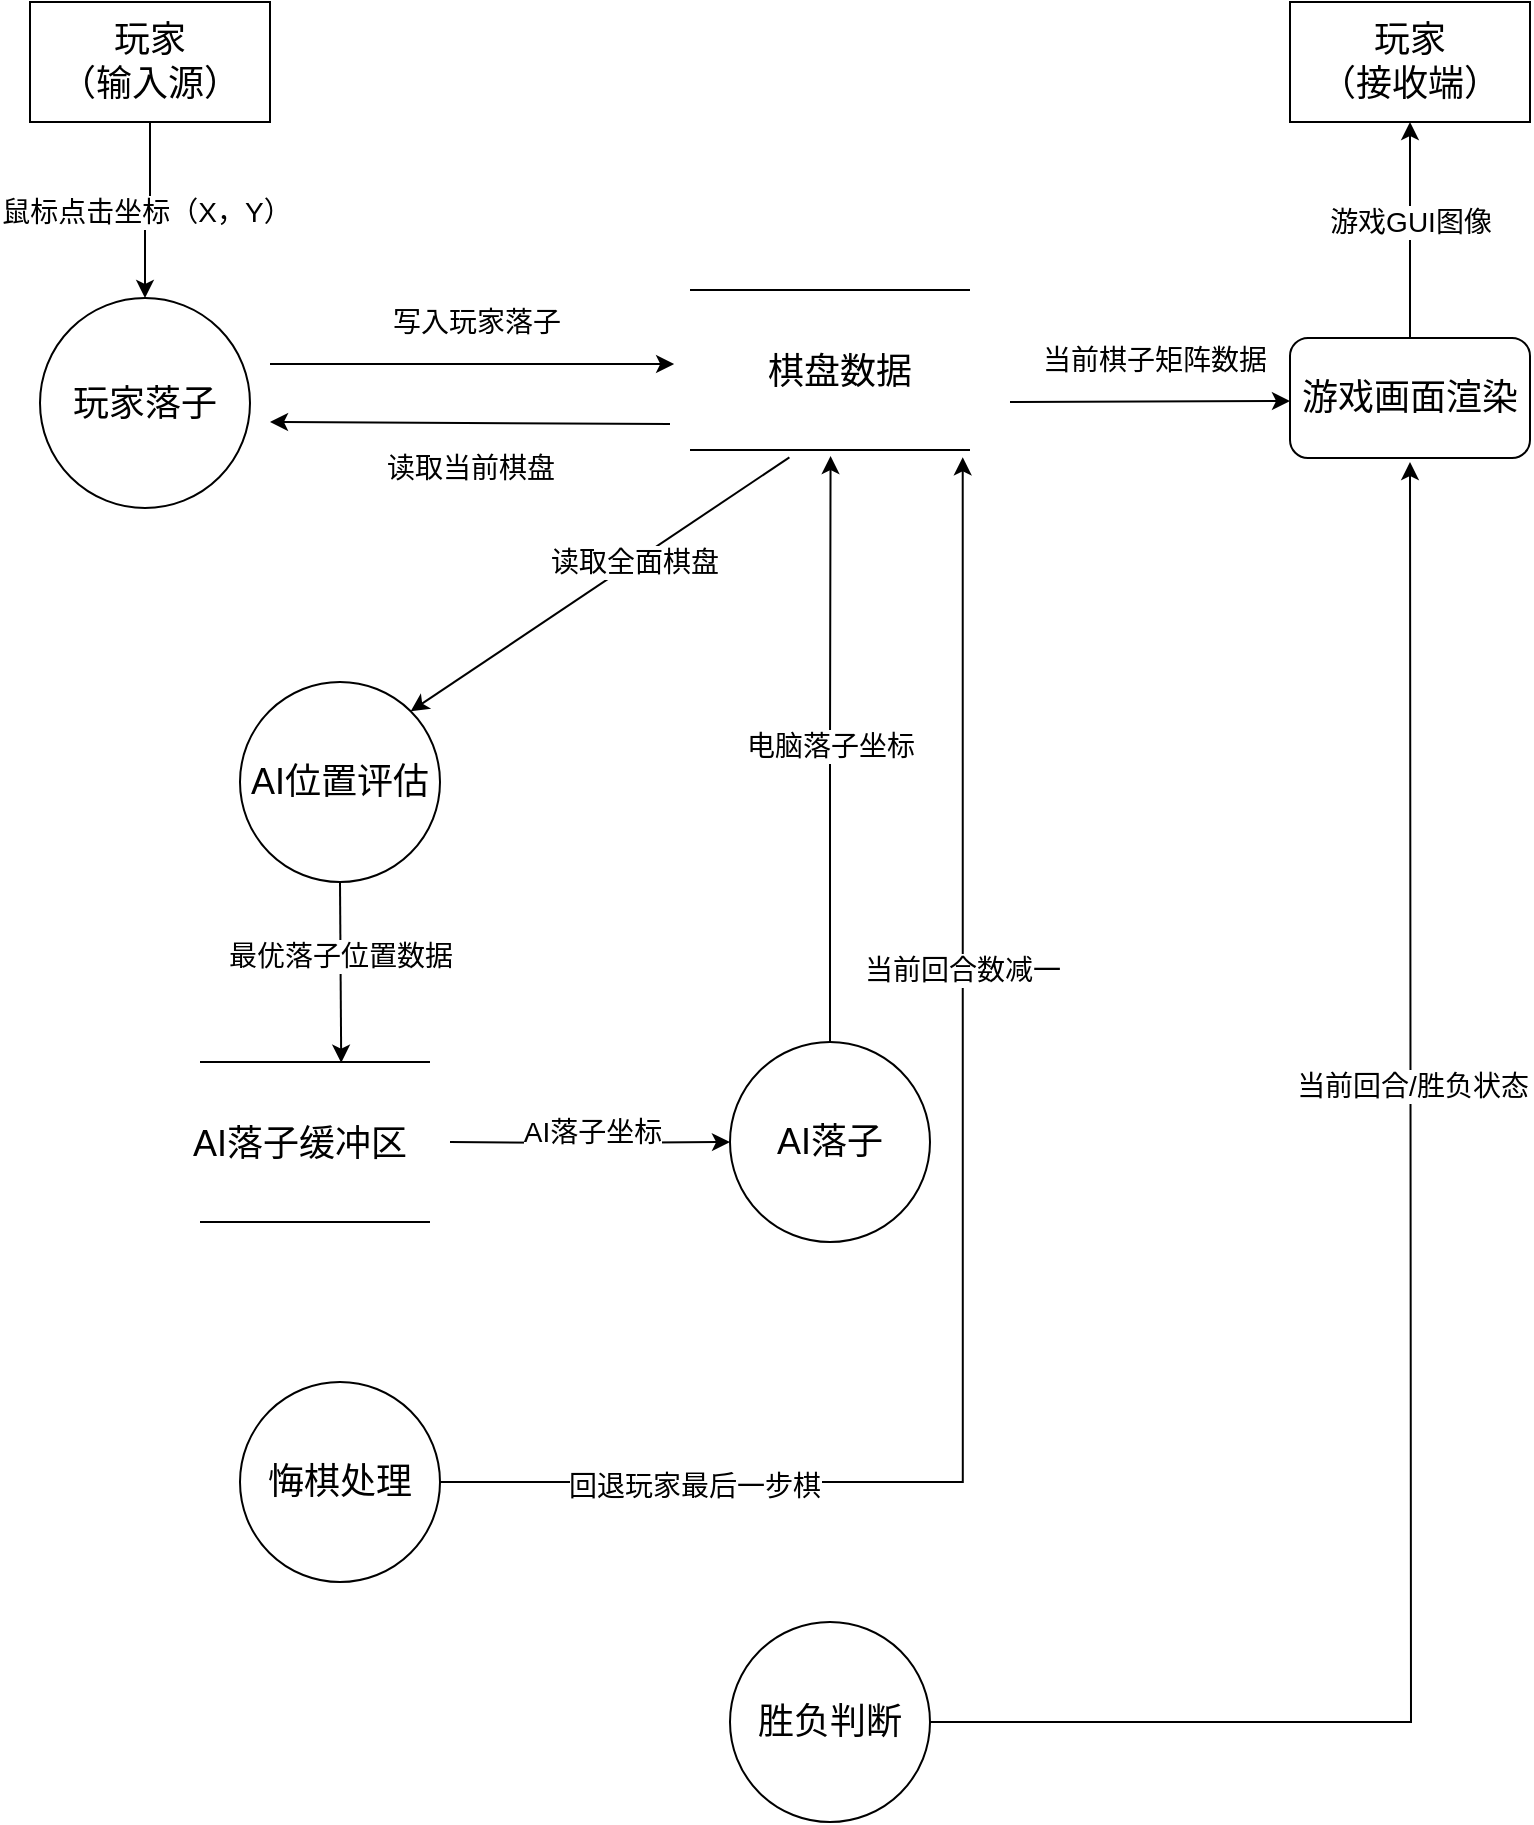
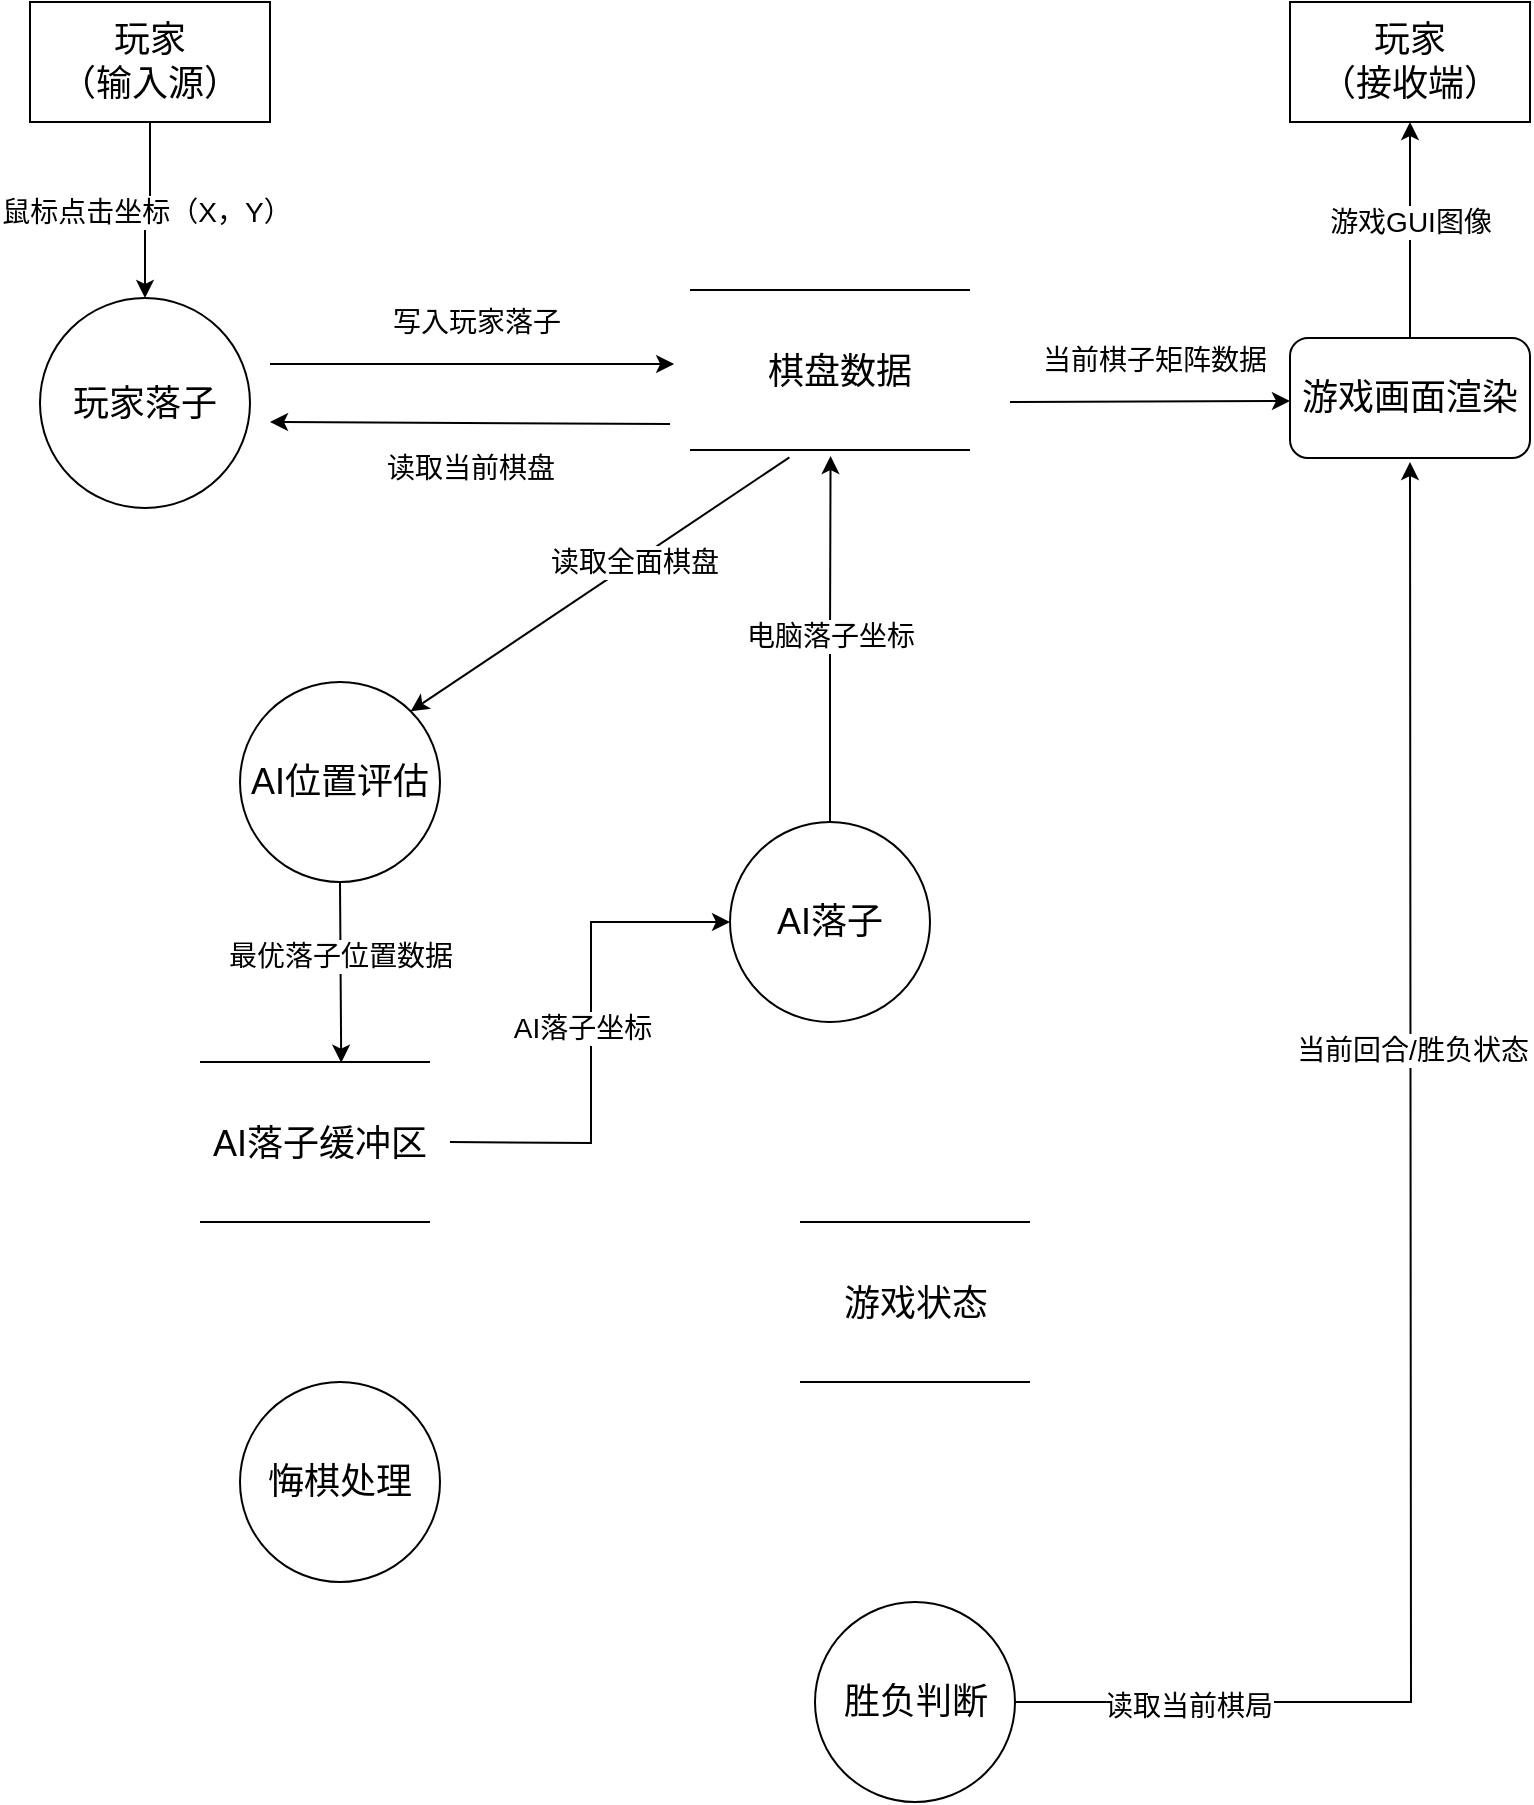
<mxfile host="app.diagrams.net">
  <diagram name="Page-1" id="hryGj0KzSXnJhMcqTr9-">
    <mxGraphModel dx="1201" dy="825" grid="1" gridSize="10" guides="1" tooltips="1" connect="1" arrows="1" fold="1" page="1" pageScale="1" pageWidth="827" pageHeight="1169" math="0" shadow="0">
      <root>
        <mxCell id="0" />
        <mxCell id="1" parent="0" />
        <mxCell id="fDHwApNMCYBN-XmplwMt-11" edge="1" parent="1" source="fDHwApNMCYBN-XmplwMt-3" style="edgeStyle=orthogonalEdgeStyle;rounded=0;orthogonalLoop=1;jettySize=auto;html=1;exitX=0.5;exitY=1;exitDx=0;exitDy=0;entryX=0.5;entryY=0;entryDx=0;entryDy=0;" target="SoA14i47H3jGXmkj97EN-22">
          <mxGeometry relative="1" as="geometry">
            <mxPoint x="90" y="230" as="targetPoint" />
          </mxGeometry>
        </mxCell>
        <mxCell id="fDHwApNMCYBN-XmplwMt-12" connectable="0" parent="fDHwApNMCYBN-XmplwMt-11" style="edgeLabel;html=1;align=center;verticalAlign=middle;resizable=0;points=[];" value="&lt;font style=&quot;font-size: 14px;&quot;&gt;鼠标点击坐标（X，Y）&lt;/font&gt;" vertex="1">
          <mxGeometry relative="1" x="0.0364" as="geometry">
            <mxPoint as="offset" />
          </mxGeometry>
        </mxCell>
        <mxCell id="fDHwApNMCYBN-XmplwMt-3" parent="1" style="rounded=0;whiteSpace=wrap;html=1;" value="&lt;font style=&quot;font-size: 18px;&quot;&gt;玩家&lt;/font&gt;&lt;div&gt;&lt;font style=&quot;font-size: 18px;&quot;&gt;（输入源）&lt;/font&gt;&lt;/div&gt;" vertex="1">
          <mxGeometry height="60" width="120" x="30" y="60" as="geometry" />
        </mxCell>
        <mxCell id="SoA14i47H3jGXmkj97EN-37" edge="1" parent="1" source="fDHwApNMCYBN-XmplwMt-9" style="edgeStyle=orthogonalEdgeStyle;rounded=0;orthogonalLoop=1;jettySize=auto;html=1;exitX=0.5;exitY=0;exitDx=0;exitDy=0;entryX=0.5;entryY=1;entryDx=0;entryDy=0;" target="fDHwApNMCYBN-XmplwMt-10">
          <mxGeometry relative="1" as="geometry" />
        </mxCell>
        <mxCell id="SoA14i47H3jGXmkj97EN-38" connectable="0" parent="SoA14i47H3jGXmkj97EN-37" style="edgeLabel;html=1;align=center;verticalAlign=middle;resizable=0;points=[];" value="&lt;font style=&quot;font-size: 14px;&quot;&gt;游戏GUI图像&lt;/font&gt;" vertex="1">
          <mxGeometry relative="1" x="0.0741" as="geometry">
            <mxPoint as="offset" />
          </mxGeometry>
        </mxCell>
        <mxCell id="fDHwApNMCYBN-XmplwMt-9" parent="1" style="rounded=1;whiteSpace=wrap;html=1;" value="&lt;font style=&quot;font-size: 18px;&quot;&gt;游戏画面渲染&lt;/font&gt;" vertex="1">
          <mxGeometry height="60" width="120" x="660" y="228" as="geometry" />
        </mxCell>
        <mxCell id="fDHwApNMCYBN-XmplwMt-10" parent="1" style="rounded=0;whiteSpace=wrap;html=1;" value="&lt;span style=&quot;font-size: 18px;&quot;&gt;玩家&lt;/span&gt;&lt;div&gt;&lt;span style=&quot;font-size: 18px;&quot;&gt;（接收端）&lt;/span&gt;&lt;/div&gt;" vertex="1">
          <mxGeometry height="60" width="120" x="660" y="60" as="geometry" />
        </mxCell>
        <mxCell id="SoA14i47H3jGXmkj97EN-10" edge="1" parent="1" style="endArrow=classic;html=1;rounded=0;entryX=0.013;entryY=0.14;entryDx=0;entryDy=0;entryPerimeter=0;" value="">
          <mxGeometry height="50" relative="1" width="50" as="geometry">
            <mxPoint x="150" y="241" as="sourcePoint" />
            <mxPoint x="352.067" y="241" as="targetPoint" />
          </mxGeometry>
        </mxCell>
        <mxCell id="SoA14i47H3jGXmkj97EN-11" connectable="0" parent="SoA14i47H3jGXmkj97EN-10" style="edgeLabel;html=1;align=center;verticalAlign=middle;resizable=0;points=[];" value="&lt;font style=&quot;font-size: 14px;&quot;&gt;写入玩家落子&lt;/font&gt;" vertex="1">
          <mxGeometry relative="1" x="0.0202" y="1" as="geometry">
            <mxPoint y="-20" as="offset" />
          </mxGeometry>
        </mxCell>
        <mxCell id="SoA14i47H3jGXmkj97EN-12" edge="1" parent="1" style="endArrow=classic;html=1;rounded=0;exitX=0.925;exitY=0;exitDx=0;exitDy=0;exitPerimeter=0;" value="">
          <mxGeometry height="50" relative="1" width="50" as="geometry">
            <mxPoint x="350" y="271" as="sourcePoint" />
            <mxPoint x="150" y="270" as="targetPoint" />
          </mxGeometry>
        </mxCell>
        <mxCell id="SoA14i47H3jGXmkj97EN-13" connectable="0" parent="SoA14i47H3jGXmkj97EN-12" style="edgeLabel;html=1;align=center;verticalAlign=middle;resizable=0;points=[];" value="&lt;font style=&quot;font-size: 14px;&quot;&gt;读取当前棋盘&lt;/font&gt;&lt;div&gt;&lt;font style=&quot;font-size: 14px;&quot;&gt;&lt;br&gt;&lt;/font&gt;&lt;/div&gt;" vertex="1">
          <mxGeometry relative="1" x="0.0202" y="1" as="geometry">
            <mxPoint x="2" y="29" as="offset" />
          </mxGeometry>
        </mxCell>
        <mxCell id="SoA14i47H3jGXmkj97EN-14" edge="1" parent="1" source="SoA14i47H3jGXmkj97EN-28" style="endArrow=classic;html=1;rounded=0;entryX=1;entryY=0;entryDx=0;entryDy=0;exitX=0.355;exitY=0.958;exitDx=0;exitDy=0;exitPerimeter=0;" target="SoA14i47H3jGXmkj97EN-23" value="">
          <mxGeometry height="50" relative="1" width="50" as="geometry">
            <mxPoint x="347.933" y="312" as="sourcePoint" />
            <mxPoint x="90" y="390" as="targetPoint" />
          </mxGeometry>
        </mxCell>
        <mxCell id="SoA14i47H3jGXmkj97EN-15" connectable="0" parent="SoA14i47H3jGXmkj97EN-14" style="edgeLabel;html=1;align=center;verticalAlign=middle;resizable=0;points=[];" value="&lt;font style=&quot;font-size: 14px;&quot;&gt;读取全面棋盘&lt;/font&gt;" vertex="1">
          <mxGeometry relative="1" x="-0.1782" as="geometry">
            <mxPoint as="offset" />
          </mxGeometry>
        </mxCell>
        <mxCell id="SoA14i47H3jGXmkj97EN-16" edge="1" parent="1" style="endArrow=classic;html=1;rounded=0;entryX=0.013;entryY=0.14;entryDx=0;entryDy=0;entryPerimeter=0;" value="">
          <mxGeometry height="50" relative="1" width="50" as="geometry">
            <mxPoint x="520" y="260" as="sourcePoint" />
            <mxPoint x="659.9970000000001" y="259.5" as="targetPoint" />
          </mxGeometry>
        </mxCell>
        <mxCell id="SoA14i47H3jGXmkj97EN-17" connectable="0" parent="SoA14i47H3jGXmkj97EN-16" style="edgeLabel;html=1;align=center;verticalAlign=middle;resizable=0;points=[];" value="&lt;span style=&quot;font-size: 14px;&quot;&gt;当前棋子矩阵数据&lt;/span&gt;" vertex="1">
          <mxGeometry relative="1" x="0.0202" y="1" as="geometry">
            <mxPoint y="-20" as="offset" />
          </mxGeometry>
        </mxCell>
        <mxCell id="SoA14i47H3jGXmkj97EN-22" parent="1" style="ellipse;whiteSpace=wrap;html=1;aspect=fixed;" value="&lt;font style=&quot;font-size: 18px;&quot;&gt;玩家落子&lt;/font&gt;" vertex="1">
          <mxGeometry height="105" width="105" x="35" y="208" as="geometry" />
        </mxCell>
        <mxCell id="SoA14i47H3jGXmkj97EN-23" parent="1" style="ellipse;whiteSpace=wrap;html=1;aspect=fixed;" value="&lt;font style=&quot;font-size: 18px;&quot;&gt;AI位置评估&lt;/font&gt;" vertex="1">
          <mxGeometry height="100" width="100" x="135" y="400" as="geometry" />
        </mxCell>
        <mxCell id="SoA14i47H3jGXmkj97EN-24" parent="1" style="ellipse;whiteSpace=wrap;html=1;aspect=fixed;" value="&lt;font style=&quot;font-size: 18px;&quot;&gt;AI落子&lt;/font&gt;" vertex="1">
-           <mxGeometry height="100" width="100" x="380" y="580" as="geometry" />
+           <mxGeometry height="100" width="100" x="380" y="470" as="geometry" />
        </mxCell>
        <mxCell id="SoA14i47H3jGXmkj97EN-39" edge="1" parent="1" source="SoA14i47H3jGXmkj97EN-25" style="edgeStyle=orthogonalEdgeStyle;rounded=0;orthogonalLoop=1;jettySize=auto;html=1;exitX=1;exitY=0.5;exitDx=0;exitDy=0;">
          <mxGeometry relative="1" as="geometry">
            <mxPoint x="720" y="290" as="targetPoint" />
          </mxGeometry>
        </mxCell>
        <mxCell id="SoA14i47H3jGXmkj97EN-40" connectable="0" parent="SoA14i47H3jGXmkj97EN-39" style="edgeLabel;html=1;align=center;verticalAlign=middle;resizable=0;points=[];" value="&lt;font style=&quot;font-size: 14px;&quot;&gt;当前回合/胜负状态&lt;/font&gt;" vertex="1">
          <mxGeometry relative="1" x="0.2828" y="-1" as="geometry">
            <mxPoint as="offset" />
          </mxGeometry>
        </mxCell>
+         <mxCell id="SoA14i47H3jGXmkj97EN-52" connectable="0" parent="SoA14i47H3jGXmkj97EN-39" style="edgeLabel;html=1;align=center;verticalAlign=middle;resizable=0;points=[];" value="&lt;font style=&quot;font-size: 14px;&quot;&gt;读取当前棋局&lt;/font&gt;" vertex="1">
+           <mxGeometry relative="1" x="-0.7892" y="-2" as="geometry">
+             <mxPoint as="offset" />
+           </mxGeometry>
+         </mxCell>
        <mxCell id="SoA14i47H3jGXmkj97EN-25" parent="1" style="ellipse;whiteSpace=wrap;html=1;aspect=fixed;" value="&lt;font style=&quot;font-size: 18px;&quot;&gt;胜负判断&lt;/font&gt;" vertex="1">
-           <mxGeometry height="100" width="100" x="380" y="870" as="geometry" />
+           <mxGeometry height="100" width="100" x="422.5" y="860" as="geometry" />
        </mxCell>
        <mxCell id="SoA14i47H3jGXmkj97EN-27" parent="1" style="line;strokeWidth=1;fillColor=none;align=left;verticalAlign=middle;spacingTop=-1;spacingLeft=3;spacingRight=3;rotatable=0;labelPosition=right;points=[];portConstraint=eastwest;strokeColor=inherit;" value="" vertex="1">
          <mxGeometry height="8" width="140" x="360" y="200" as="geometry" />
        </mxCell>
        <mxCell id="SoA14i47H3jGXmkj97EN-28" parent="1" style="line;strokeWidth=1;fillColor=none;align=left;verticalAlign=middle;spacingTop=-1;spacingLeft=3;spacingRight=3;rotatable=0;labelPosition=right;points=[];portConstraint=eastwest;strokeColor=inherit;" value="" vertex="1">
          <mxGeometry height="8" width="140" x="360" y="280" as="geometry" />
        </mxCell>
        <mxCell id="SoA14i47H3jGXmkj97EN-29" parent="1" style="text;html=1;whiteSpace=wrap;strokeColor=none;fillColor=none;align=center;verticalAlign=middle;rounded=0;" value="&lt;font style=&quot;font-size: 18px;&quot;&gt;棋盘数据&lt;/font&gt;" vertex="1">
          <mxGeometry height="30" width="110" x="380" y="230" as="geometry" />
        </mxCell>
        <mxCell id="SoA14i47H3jGXmkj97EN-33" edge="1" parent="1" style="edgeStyle=orthogonalEdgeStyle;rounded=0;orthogonalLoop=1;jettySize=auto;html=1;entryX=0;entryY=0.5;entryDx=0;entryDy=0;" target="SoA14i47H3jGXmkj97EN-24">
          <mxGeometry relative="1" as="geometry">
            <mxPoint x="240" y="630" as="sourcePoint" />
          </mxGeometry>
        </mxCell>
        <mxCell id="SoA14i47H3jGXmkj97EN-34" connectable="0" parent="SoA14i47H3jGXmkj97EN-33" style="edgeLabel;html=1;align=center;verticalAlign=middle;resizable=0;points=[];" value="&lt;font style=&quot;font-size: 14px;&quot;&gt;AI落子坐标&lt;/font&gt;" vertex="1">
          <mxGeometry relative="1" x="0.0204" y="5" as="geometry">
            <mxPoint as="offset" />
          </mxGeometry>
        </mxCell>
        <mxCell id="SoA14i47H3jGXmkj97EN-31" edge="1" parent="1" source="SoA14i47H3jGXmkj97EN-23" style="endArrow=classic;html=1;rounded=0;entryX=0.614;entryY=0.542;entryDx=0;entryDy=0;exitX=0.5;exitY=1;exitDx=0;exitDy=0;entryPerimeter=0;" target="SoA14i47H3jGXmkj97EN-42" value="">
          <mxGeometry height="50" relative="1" width="50" as="geometry">
            <mxPoint x="447.933" y="340" as="sourcePoint" />
            <mxPoint x="85" y="580" as="targetPoint" />
          </mxGeometry>
        </mxCell>
        <mxCell id="SoA14i47H3jGXmkj97EN-32" connectable="0" parent="SoA14i47H3jGXmkj97EN-31" style="edgeLabel;html=1;align=center;verticalAlign=middle;resizable=0;points=[];" value="&lt;span style=&quot;font-size: 14px;&quot;&gt;最优落子位置数据&lt;/span&gt;" vertex="1">
          <mxGeometry relative="1" x="-0.1782" as="geometry">
            <mxPoint as="offset" />
          </mxGeometry>
        </mxCell>
        <mxCell id="SoA14i47H3jGXmkj97EN-35" edge="1" parent="1" source="SoA14i47H3jGXmkj97EN-24" style="edgeStyle=orthogonalEdgeStyle;rounded=0;orthogonalLoop=1;jettySize=auto;html=1;exitX=0.5;exitY=0;exitDx=0;exitDy=0;entryX=0.502;entryY=0.875;entryDx=0;entryDy=0;entryPerimeter=0;" target="SoA14i47H3jGXmkj97EN-28">
          <mxGeometry relative="1" as="geometry" />
        </mxCell>
        <mxCell id="SoA14i47H3jGXmkj97EN-36" connectable="0" parent="SoA14i47H3jGXmkj97EN-35" style="edgeLabel;html=1;align=center;verticalAlign=middle;resizable=0;points=[];" value="&lt;span style=&quot;font-size: 14px;&quot;&gt;电脑落子坐标&lt;/span&gt;" vertex="1">
          <mxGeometry relative="1" x="-0.0044" y="1" as="geometry">
            <mxPoint y="-1" as="offset" />
          </mxGeometry>
        </mxCell>
        <mxCell id="SoA14i47H3jGXmkj97EN-41" parent="1" style="ellipse;whiteSpace=wrap;html=1;aspect=fixed;" value="&lt;font style=&quot;font-size: 18px;&quot;&gt;悔棋处理&lt;/font&gt;" vertex="1">
          <mxGeometry height="100" width="100" x="135" y="750" as="geometry" />
        </mxCell>
        <mxCell id="SoA14i47H3jGXmkj97EN-42" parent="1" style="line;strokeWidth=1;fillColor=none;align=left;verticalAlign=middle;spacingTop=-1;spacingLeft=3;spacingRight=3;rotatable=0;labelPosition=right;points=[];portConstraint=eastwest;strokeColor=inherit;" value="" vertex="1">
          <mxGeometry height="8" width="115" x="115" y="586" as="geometry" />
        </mxCell>
        <mxCell id="SoA14i47H3jGXmkj97EN-43" parent="1" style="line;strokeWidth=1;fillColor=none;align=left;verticalAlign=middle;spacingTop=-1;spacingLeft=3;spacingRight=3;rotatable=0;labelPosition=right;points=[];portConstraint=eastwest;strokeColor=inherit;" value="" vertex="1">
          <mxGeometry height="8" width="115" x="115" y="666" as="geometry" />
        </mxCell>
        <mxCell id="SoA14i47H3jGXmkj97EN-44" parent="1" style="text;html=1;whiteSpace=wrap;strokeColor=none;fillColor=none;align=center;verticalAlign=middle;rounded=0;" value="&lt;span style=&quot;font-size: 18px;&quot;&gt;AI落子缓冲区&lt;/span&gt;" vertex="1">
-           <mxGeometry height="30" width="110" x="110" y="616" as="geometry" />
+           <mxGeometry height="30" width="110" x="120" y="616" as="geometry" />
        </mxCell>
-         <mxCell id="SoA14i47H3jGXmkj97EN-45" edge="1" parent="1" source="SoA14i47H3jGXmkj97EN-41" style="edgeStyle=orthogonalEdgeStyle;rounded=0;orthogonalLoop=1;jettySize=auto;html=1;exitX=1;exitY=0.5;exitDx=0;exitDy=0;entryX=0.974;entryY=0.958;entryDx=0;entryDy=0;entryPerimeter=0;" target="SoA14i47H3jGXmkj97EN-28">
-           <mxGeometry relative="1" as="geometry" />
+         <mxCell id="SoA14i47H3jGXmkj97EN-49" parent="1" style="line;strokeWidth=1;fillColor=none;align=left;verticalAlign=middle;spacingTop=-1;spacingLeft=3;spacingRight=3;rotatable=0;labelPosition=right;points=[];portConstraint=eastwest;strokeColor=inherit;" value="" vertex="1">
+           <mxGeometry height="8" width="115" x="415" y="666" as="geometry" />
        </mxCell>
-         <mxCell id="SoA14i47H3jGXmkj97EN-46" connectable="0" parent="SoA14i47H3jGXmkj97EN-45" style="edgeLabel;html=1;align=center;verticalAlign=middle;resizable=0;points=[];" value="&lt;font style=&quot;font-size: 14px;&quot;&gt;当前回合数减一&lt;/font&gt;" vertex="1">
-           <mxGeometry relative="1" x="0.3391" y="1" as="geometry">
-             <mxPoint as="offset" />
-           </mxGeometry>
+         <mxCell id="SoA14i47H3jGXmkj97EN-50" parent="1" style="line;strokeWidth=1;fillColor=none;align=left;verticalAlign=middle;spacingTop=-1;spacingLeft=3;spacingRight=3;rotatable=0;labelPosition=right;points=[];portConstraint=eastwest;strokeColor=inherit;" value="" vertex="1">
+           <mxGeometry height="8" width="115" x="415" y="746" as="geometry" />
        </mxCell>
-         <mxCell id="SoA14i47H3jGXmkj97EN-48" connectable="0" parent="SoA14i47H3jGXmkj97EN-45" style="edgeLabel;html=1;align=center;verticalAlign=middle;resizable=0;points=[];" value="&lt;font style=&quot;font-size: 14px;&quot;&gt;回退玩家最后一步棋&lt;/font&gt;" vertex="1">
-           <mxGeometry relative="1" x="-0.6726" y="-2" as="geometry">
-             <mxPoint as="offset" />
-           </mxGeometry>
+         <mxCell id="SoA14i47H3jGXmkj97EN-51" parent="1" style="text;html=1;whiteSpace=wrap;strokeColor=none;fillColor=none;align=center;verticalAlign=middle;rounded=0;" value="&lt;span style=&quot;font-size: 18px;&quot;&gt;游戏状态&lt;/span&gt;" vertex="1">
+           <mxGeometry height="30" width="110" x="417.5" y="696" as="geometry" />
        </mxCell>
      </root>
    </mxGraphModel>
  </diagram>
</mxfile>
